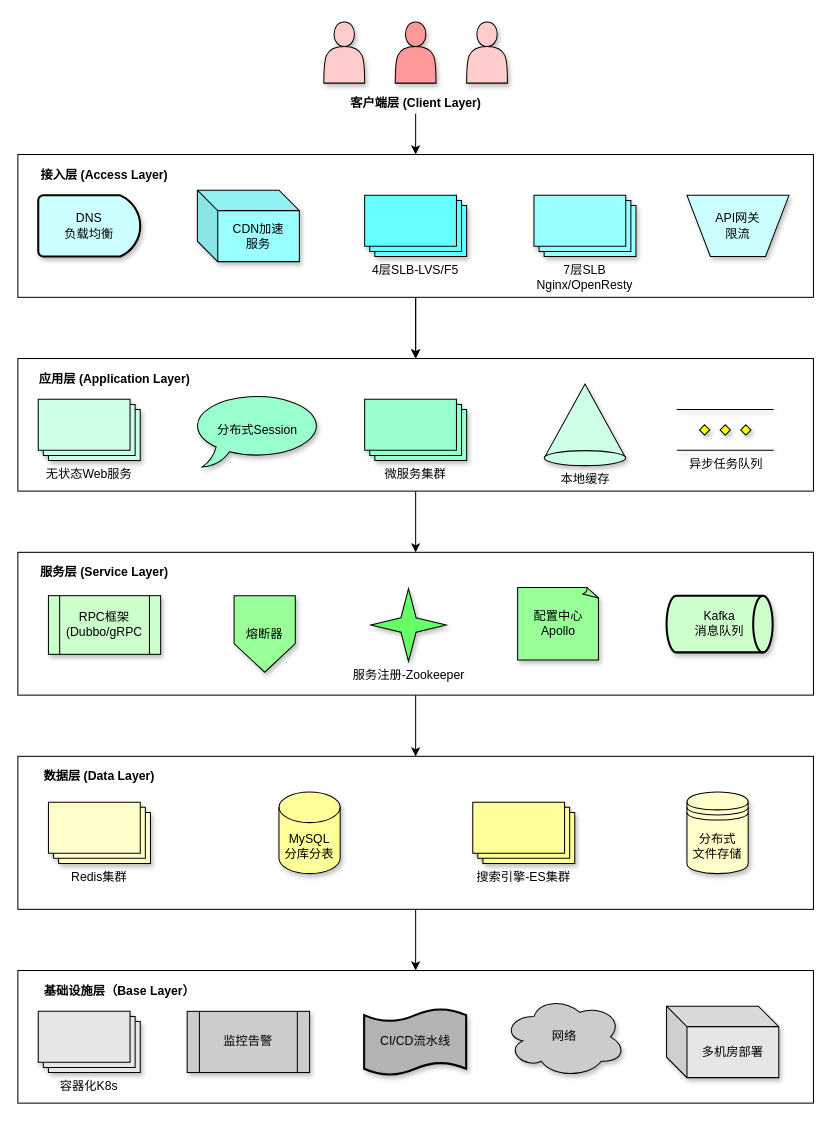
Before: achitecture_diagram/百万QPS分布式架构分层设计.drawio in abigalexy/online_drawing, a draw.io diagram. Source tidied: cells renumbered, new cells numbered last; positions are measured from the earlier drawing's top-left corner, leaving out a move shared by most shapes. Both pictures are drawn from the tidied source at 102%, with x=0, y=0 at pixel (17, 21).
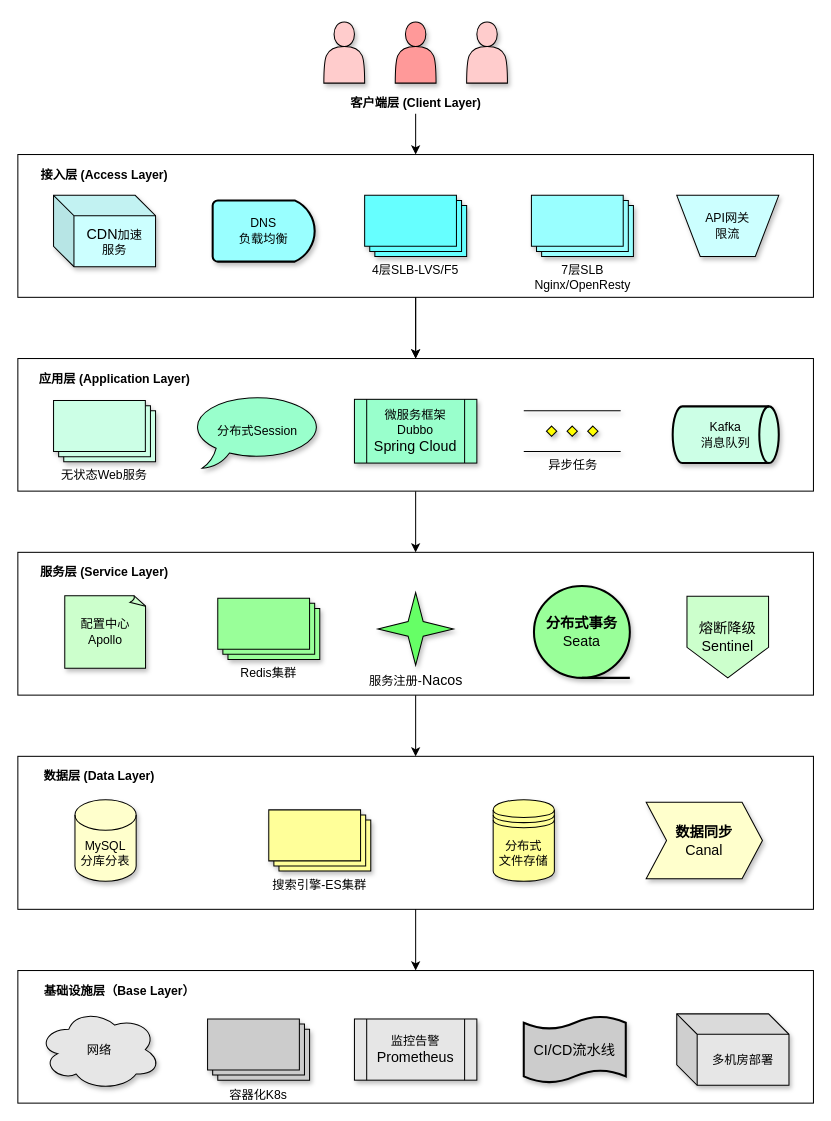
Above is the later version.

Commit message:
更新百万QPS分布式架构分层设计.drawio

Unchanged cells that the change refers to:
```xml
<mxCell id="7" style="group;" parent="1" vertex="1">
  <mxGeometry y="520" width="780" height="140" as="geometry" />
</mxCell>
<mxCell id="15" style="group;" parent="1" vertex="1">
  <mxGeometry y="720" width="780" height="150" as="geometry" />
</mxCell>
<mxCell id="22" style="group;" parent="1" vertex="1">
  <mxGeometry y="930" width="780" height="130" as="geometry" />
</mxCell>
```

The edit, as a diff of the source:
```diff
@@
-    <mxCell id="10" value="RPC框架&lt;br&gt;(Dubbo/gRPC" style="shape=process;whiteSpace=wrap;html=1;backgroundOutline=1;fillColor=#CCFFCC;shadow=1;" parent="7" vertex="1">
-      <mxGeometry x="30" y="42.5" width="110" height="57.5" as="geometry" />
-    </mxCell>
-    <mxCell id="11" value="熔断器" style="shape=offPageConnector;whiteSpace=wrap;html=1;fillColor=#99FF99;shadow=1;" parent="7" vertex="1">
-      <mxGeometry x="212" y="42.5" width="60" height="75" as="geometry" />
-    </mxCell>
-    <mxCell id="12" value="配置中心&lt;br&gt;Apollo" style="whiteSpace=wrap;html=1;shape=mxgraph.basic.document;fillColor=#99FF99;shadow=1;" parent="7" vertex="1">
-      <mxGeometry x="490" y="34.4" width="80" height="71.2" as="geometry" />
+    <mxCell id="12" value="配置中心&lt;br&gt;Apollo" style="whiteSpace=wrap;html=1;shape=mxgraph.basic.document;fillColor=#CCFFCC;shadow=1;" parent="7" vertex="1">
+      <mxGeometry x="46" y="42.5" width="80" height="71.2" as="geometry" />
     </mxCell>
-    <mxCell id="13" value="服务注册-Zookeeper" style="verticalLabelPosition=bottom;verticalAlign=top;html=1;shape=mxgraph.basic.4_point_star_2;dx=0.8;fillColor=#66FF66;shadow=1;" parent="7" vertex="1">
-      <mxGeometry x="346" y="35.6" width="74" height="71.3" as="geometry" />
+    <mxCell id="13" value="服务注册-&lt;span style=&quot;font-family: Calibri; font-size: 10.5pt; background-color: transparent;&quot;&gt;Nacos&lt;/span&gt;" style="verticalLabelPosition=bottom;verticalAlign=top;html=1;shape=mxgraph.basic.4_point_star_2;dx=0.8;fillColor=#66FF66;shadow=1;" parent="7" vertex="1">
+      <mxGeometry x="353" y="39.4" width="74" height="71.3" as="geometry" />
     </mxCell>
-    <mxCell id="14" value="Kafka&lt;br&gt;消息队列" style="strokeWidth=2;html=1;shape=mxgraph.flowchart.direct_data;whiteSpace=wrap;fillColor=#CCFFCC;shadow=1;" parent="7" vertex="1">
-      <mxGeometry x="636" y="42.5" width="104" height="55.6" as="geometry" />
-    </mxCell>
+    <mxCell id="18" value="Redis集群" style="verticalLabelPosition=bottom;verticalAlign=top;html=1;shape=mxgraph.basic.layered_rect;dx=10;whiteSpace=wrap;fillColor=#99FF99;shadow=1;" parent="7" vertex="1">
+      <mxGeometry x="196" y="45" width="100" height="60" as="geometry" />
+    </mxCell>
+    <mxCell id="50" value="&lt;p class=&quot;MsoNormal&quot;&gt;&lt;b&gt;&lt;span style=&quot;font-family: Calibri; font-size: 10.5pt;&quot;&gt;&lt;font face=&quot;宋体&quot;&gt;分布式事务&lt;/font&gt;&lt;/span&gt;&lt;/b&gt;&lt;span style=&quot;font-family: Calibri; font-size: 10.5pt; background-color: transparent;&quot;&gt;Seata&lt;/span&gt;&lt;/p&gt;" style="strokeWidth=2;html=1;shape=mxgraph.flowchart.sequential_data;whiteSpace=wrap;fillColor=#99FF99;shadow=1;" parent="7" vertex="1">
+      <mxGeometry x="506" y="33.1" width="94" height="90" as="geometry" />
+    </mxCell>
+    <mxCell id="51" value="&lt;p class=&quot;MsoNormal&quot;&gt;&lt;span style=&quot;font-family: Calibri; font-size: 10.5pt;&quot;&gt;&lt;font style=&quot;&quot; face=&quot;宋体&quot;&gt;熔断&lt;/font&gt;&lt;/span&gt;&lt;span style=&quot;font-family: Calibri; font-size: 10.5pt;&quot;&gt;&lt;font style=&quot;&quot; face=&quot;宋体&quot;&gt;降级&lt;/font&gt;&lt;/span&gt;&lt;span style=&quot;font-family: Calibri; font-size: 10.5pt; background-color: transparent;&quot;&gt;Sentinel&lt;/span&gt;&lt;/p&gt;" style="shape=offPageConnector;whiteSpace=wrap;html=1;fillColor=#CCFFCC;" parent="7" vertex="1">
+      <mxGeometry x="656" y="43.1" width="80" height="80" as="geometry" />
+    </mxCell>
@@
-    <mxCell id="18" value="Redis集群" style="verticalLabelPosition=bottom;verticalAlign=top;html=1;shape=mxgraph.basic.layered_rect;dx=10;whiteSpace=wrap;fillColor=#FFFFCC;shadow=1;" parent="15" vertex="1">
-      <mxGeometry x="30" y="45" width="100" height="60" as="geometry" />
-    </mxCell>
-    <mxCell id="19" value="MySQL&lt;br&gt;分库分表" style="shape=cylinder3;whiteSpace=wrap;html=1;boundedLbl=1;backgroundOutline=1;size=15;fillColor=#FFFF99;shadow=1;" parent="15" vertex="1">
-      <mxGeometry x="256" y="35" width="60" height="80" as="geometry" />
+    <mxCell id="19" value="MySQL&lt;br&gt;分库分表" style="shape=cylinder3;whiteSpace=wrap;html=1;boundedLbl=1;backgroundOutline=1;size=15;fillColor=#FFFFCC;shadow=1;" parent="15" vertex="1">
+      <mxGeometry x="56" y="42.5" width="60" height="80" as="geometry" />
     </mxCell>
     <mxCell id="20" value="搜索引擎-ES集群" style="verticalLabelPosition=bottom;verticalAlign=top;html=1;shape=mxgraph.basic.layered_rect;dx=10;whiteSpace=wrap;fillColor=#FFFF99;shadow=1;" parent="15" vertex="1">
-      <mxGeometry x="446" y="45" width="100" height="60" as="geometry" />
+      <mxGeometry x="246" y="52.5" width="100" height="60" as="geometry" />
     </mxCell>
-    <mxCell id="21" value="分布式&lt;br&gt;文件存储" style="shape=datastore;whiteSpace=wrap;html=1;fillColor=#FFFFCC;shadow=1;" parent="15" vertex="1">
-      <mxGeometry x="656" y="35" width="60" height="80" as="geometry" />
+    <mxCell id="21" value="分布式&lt;br&gt;文件存储" style="shape=datastore;whiteSpace=wrap;html=1;fillColor=#FFFF99;shadow=1;" parent="15" vertex="1">
+      <mxGeometry x="466" y="42.5" width="60" height="80" as="geometry" />
     </mxCell>
+    <mxCell id="52" value="&lt;p class=&quot;MsoNormal&quot;&gt;&lt;b&gt;&lt;span style=&quot;font-family: Calibri; font-size: 10.5pt;&quot;&gt;&lt;font face=&quot;宋体&quot;&gt;数据同步&lt;br&gt;&lt;/font&gt;&lt;/span&gt;&lt;/b&gt;&lt;span style=&quot;font-family: Calibri; font-size: 10.5pt; background-color: transparent;&quot;&gt;Canal&lt;/span&gt;&lt;/p&gt;" style="shape=step;perimeter=stepPerimeter;whiteSpace=wrap;html=1;fixedSize=1;fillColor=#FFFFCC;shadow=1;" parent="15" vertex="1">
+      <mxGeometry x="616" y="45" width="114" height="75" as="geometry" />
+    </mxCell>
@@
-    <mxCell id="25" value="容器化K8s" style="verticalLabelPosition=bottom;verticalAlign=top;html=1;shape=mxgraph.basic.layered_rect;dx=10;whiteSpace=wrap;fillColor=#E6E6E6;shadow=1;" parent="22" vertex="1">
-      <mxGeometry x="20" y="40" width="100" height="60" as="geometry" />
-    </mxCell>
-    <mxCell id="26" value="监控告警" style="shape=process;whiteSpace=wrap;html=1;backgroundOutline=1;fillColor=#CCCCCC;shadow=1;" parent="22" vertex="1">
-      <mxGeometry x="166" y="40" width="120" height="60" as="geometry" />
+    <mxCell id="26" value="监控告警&lt;span style=&quot;font-family: Calibri; font-size: 10.5pt; background-color: transparent;&quot;&gt;Prometheus&lt;/span&gt;" style="shape=process;whiteSpace=wrap;html=1;backgroundOutline=1;fillColor=#E6E6E6;shadow=1;" parent="22" vertex="1">
+      <mxGeometry x="330" y="47.5" width="120" height="60" as="geometry" />
     </mxCell>
     <mxCell id="27" value="多机房部署" style="shape=cube;whiteSpace=wrap;html=1;boundedLbl=1;backgroundOutline=1;darkOpacity=0.05;darkOpacity2=0.1;fillColor=#E6E6E6;shadow=1;" parent="22" vertex="1">
-      <mxGeometry x="636" y="35" width="110" height="70" as="geometry" />
+      <mxGeometry x="646" y="42.5" width="110" height="70" as="geometry" />
     </mxCell>
+    <mxCell id="29" value="网络" style="ellipse;shape=cloud;whiteSpace=wrap;html=1;fillColor=#E6E6E6;shadow=1;" parent="22" vertex="1">
+      <mxGeometry x="20" y="37.5" width="120" height="80" as="geometry" />
+    </mxCell>
+    <mxCell id="25" value="容器化K8s" style="verticalLabelPosition=bottom;verticalAlign=top;html=1;shape=mxgraph.basic.layered_rect;dx=10;whiteSpace=wrap;fillColor=#CCCCCC;shadow=1;" parent="22" vertex="1">
+      <mxGeometry x="186" y="47.5" width="100" height="60" as="geometry" />
+    </mxCell>
-    <mxCell id="28" value="CI/CD流水线" style="shape=tape;whiteSpace=wrap;html=1;strokeWidth=2;size=0.19;fillColor=#B3B3B3;shadow=1;" parent="22" vertex="1">
-      <mxGeometry x="339.5" y="37.5" width="100" height="65" as="geometry" />
+    <mxCell id="28" value="&lt;p class=&quot;MsoNormal&quot;&gt;&lt;span style=&quot;font-family: Calibri; font-size: 10.5pt;&quot;&gt;CI/CD&lt;font style=&quot;&quot; face=&quot;宋体&quot;&gt;流水线&lt;/font&gt;&lt;/span&gt;&lt;/p&gt;" style="shape=tape;whiteSpace=wrap;html=1;strokeWidth=2;size=0.19;fillColor=#CCCCCC;shadow=1;" parent="22" vertex="1">
+      <mxGeometry x="496" y="45" width="100" height="65" as="geometry" />
     </mxCell>
-    <mxCell id="29" value="网络" style="ellipse;shape=cloud;whiteSpace=wrap;html=1;fillColor=#CCCCCC;shadow=1;" parent="22" vertex="1">
-      <mxGeometry x="476" y="25" width="120" height="80" as="geometry" />
-    </mxCell>
@@
-    <mxCell id="37" value="DNS&lt;br&gt;负载均衡" style="strokeWidth=2;html=1;shape=mxgraph.flowchart.delay;whiteSpace=wrap;fillColor=#CCFFFF;shadow=1;" parent="1" vertex="1">
-      <mxGeometry x="20" y="170" width="100" height="60" as="geometry" />
+    <mxCell id="37" value="DNS&lt;br&gt;负载均衡" style="strokeWidth=2;html=1;shape=mxgraph.flowchart.delay;whiteSpace=wrap;fillColor=#99FFFF;shadow=1;" parent="1" vertex="1">
+      <mxGeometry x="191" y="175" width="100" height="60" as="geometry" />
     </mxCell>
-    <mxCell id="38" value="CDN加速&lt;br&gt;服务" style="shape=cube;whiteSpace=wrap;html=1;boundedLbl=1;backgroundOutline=1;darkOpacity=0.05;darkOpacity2=0.1;fillColor=#99FFFF;shadow=1;" parent="1" vertex="1">
-      <mxGeometry x="176" y="165" width="100" height="70" as="geometry" />
+    <mxCell id="38" value="&lt;span style=&quot;font-family: Calibri; font-size: 10.5pt; background-color: transparent;&quot;&gt;CDN&lt;/span&gt;加速&lt;br&gt;服务" style="shape=cube;whiteSpace=wrap;html=1;boundedLbl=1;backgroundOutline=1;darkOpacity=0.05;darkOpacity2=0.1;fillColor=#CCFFFF;shadow=1;" parent="1" vertex="1">
+      <mxGeometry x="35" y="170" width="100" height="70" as="geometry" />
     </mxCell>
@@
     <mxCell id="41" value="7层SLB Nginx/OpenResty" style="verticalLabelPosition=bottom;verticalAlign=top;html=1;shape=mxgraph.basic.layered_rect;dx=10;whiteSpace=wrap;shadow=1;fillColor=#99FFFF;" parent="1" vertex="1">
-      <mxGeometry x="506" y="170" width="100" height="60" as="geometry" />
+      <mxGeometry x="503.5" y="170" width="100" height="60" as="geometry" />
     </mxCell>
@@
     <mxCell id="44" value="无状态Web服务" style="verticalLabelPosition=bottom;verticalAlign=top;html=1;shape=mxgraph.basic.layered_rect;dx=10;whiteSpace=wrap;fillColor=#CCFFE6;shadow=1;" parent="1" vertex="1">
-      <mxGeometry x="20" y="370" width="100" height="60" as="geometry" />
+      <mxGeometry x="35" y="371.2" width="100" height="60" as="geometry" />
     </mxCell>
-    <mxCell id="45" value="微服务集群" style="verticalLabelPosition=bottom;verticalAlign=top;html=1;shape=mxgraph.basic.layered_rect;dx=10;whiteSpace=wrap;fillColor=#99FFCC;shadow=1;" parent="1" vertex="1">
-      <mxGeometry x="340" y="370" width="100" height="60" as="geometry" />
-    </mxCell>
-    <mxCell id="46" value="异步任务队列" style="verticalLabelPosition=bottom;verticalAlign=top;html=1;shape=mxgraph.flowchart.parallel_mode;fillColor=#CCFFE6;shadow=1;" parent="1" vertex="1">
-      <mxGeometry x="646" y="380" width="95" height="40" as="geometry" />
+    <mxCell id="46" value="异步任务" style="verticalLabelPosition=bottom;verticalAlign=top;html=1;shape=mxgraph.flowchart.parallel_mode;fillColor=#99FFCC;shadow=1;" parent="1" vertex="1">
+      <mxGeometry x="496" y="381.2" width="95" height="40" as="geometry" />
     </mxCell>
     <mxCell id="47" value="分布式Session" style="whiteSpace=wrap;html=1;shape=mxgraph.basic.oval_callout;fillColor=#99FFCC;shadow=1;" parent="1" vertex="1">
-      <mxGeometry x="170" y="363.8" width="130" height="72.5" as="geometry" />
+      <mxGeometry x="170" y="365" width="130" height="72.5" as="geometry" />
     </mxCell>
-    <mxCell id="48" value="本地缓存" style="verticalLabelPosition=bottom;verticalAlign=top;html=1;shape=mxgraph.basic.cone;fillColor=#CCFFE6;shadow=1;" parent="1" vertex="1">
-      <mxGeometry x="516" y="355" width="80" height="80" as="geometry" />
-    </mxCell>
     <mxCell id="49" value="API网关&lt;br&gt;限流" style="verticalLabelPosition=middle;verticalAlign=middle;html=1;shape=trapezoid;perimeter=trapezoidPerimeter;whiteSpace=wrap;size=0.23;arcSize=10;flipV=1;labelPosition=center;align=center;fillColor=#CCFFFF;shadow=1;" parent="1" vertex="1">
-      <mxGeometry x="656" y="170" width="100" height="60" as="geometry" />
+      <mxGeometry x="646" y="170" width="100" height="60" as="geometry" />
     </mxCell>
+    <mxCell id="53" value="微服务框架&lt;br&gt;Dubbo&lt;br&gt;&lt;span style=&quot;font-family: Calibri; font-size: 10.5pt; background-color: transparent;&quot;&gt;Spring Cloud&lt;/span&gt;" style="shape=process;whiteSpace=wrap;html=1;backgroundOutline=1;fillColor=#99FFCC;shadow=1;" parent="1" vertex="1">
+      <mxGeometry x="330" y="370" width="120" height="62.5" as="geometry" />
+    </mxCell>
+    <mxCell id="14" value="Kafka&lt;br&gt;消息队列" style="strokeWidth=2;html=1;shape=mxgraph.flowchart.direct_data;whiteSpace=wrap;fillColor=#CCFFE6;shadow=1;" parent="1" vertex="1">
+      <mxGeometry x="642" y="376.9" width="104" height="55.6" as="geometry" />
+    </mxCell>
```
